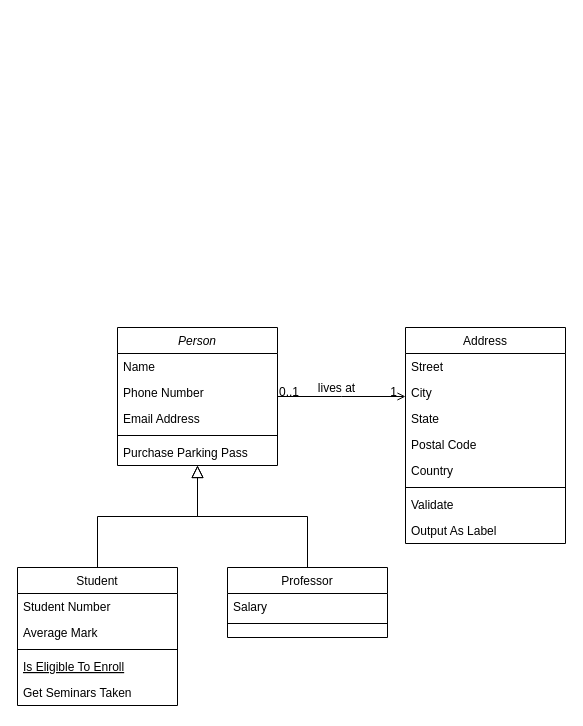
The draw.io diagram Untitled Diagram.drawio in N18035/Sotsuken6, before the edit. Source tidied: cells renumbered, new cells numbered last; positions are measured from the earlier drawing's top-left corner, leaving out a move shared by most shapes. Both pictures are drawn from the tidied source at 100%, with x=0, y=0 at pixel (17, 327).
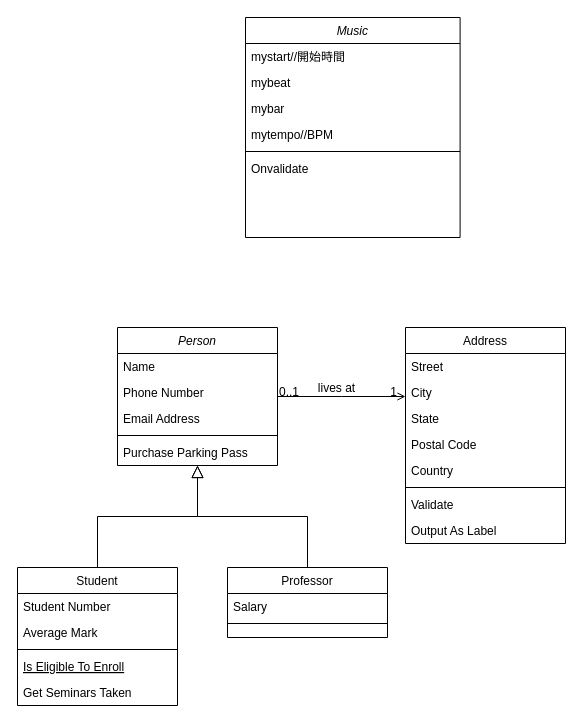
After the change.

The edit, as a diff of the source:
```diff
@@
+    <mxCell id="32" value="Music" style="swimlane;fontStyle=2;align=center;verticalAlign=top;horizontal=1;startSize=26;rounded=0;shadow=0;strokeWidth=1;" parent="1" vertex="1">
+      <mxGeometry x="228" y="-310" width="214.6" height="220" as="geometry" />
+    </mxCell>
+    <mxCell id="33" value="mystart//開始時間" style="text;align=left;verticalAlign=top;spacingLeft=4;spacingRight=4;overflow=hidden;" parent="32" vertex="1">
+      <mxGeometry y="26" width="214.6" height="26" as="geometry" />
+    </mxCell>
+    <mxCell id="34" value="mybeat" style="text;align=left;verticalAlign=top;spacingLeft=4;spacingRight=4;overflow=hidden;" parent="32" vertex="1">
+      <mxGeometry y="52" width="214.6" height="26" as="geometry" />
+    </mxCell>
+    <mxCell id="35" value="mybar" style="text;align=left;verticalAlign=top;spacingLeft=4;spacingRight=4;overflow=hidden;rounded=0;shadow=0;html=0;" parent="32" vertex="1">
+      <mxGeometry y="78" width="214.6" height="26" as="geometry" />
+    </mxCell>
+    <mxCell id="36" value="mytempo//BPM" style="text;align=left;verticalAlign=top;spacingLeft=4;spacingRight=4;overflow=hidden;rounded=0;shadow=0;html=0;" parent="32" vertex="1">
+      <mxGeometry y="104" width="214.6" height="26" as="geometry" />
+    </mxCell>
+    <mxCell id="37" style="line;html=1;strokeWidth=1;align=left;verticalAlign=middle;spacingTop=-1;spacingLeft=3;spacingRight=3;labelPosition=right;" parent="32" vertex="1">
+      <mxGeometry y="130" width="214.6" height="8" as="geometry" />
+    </mxCell>
+    <mxCell id="38" value="Onvalidate" style="text;align=left;verticalAlign=top;spacingLeft=4;spacingRight=4;overflow=hidden;" parent="32" vertex="1">
+      <mxGeometry y="138" width="214.6" height="26" as="geometry" />
+    </mxCell>
```
